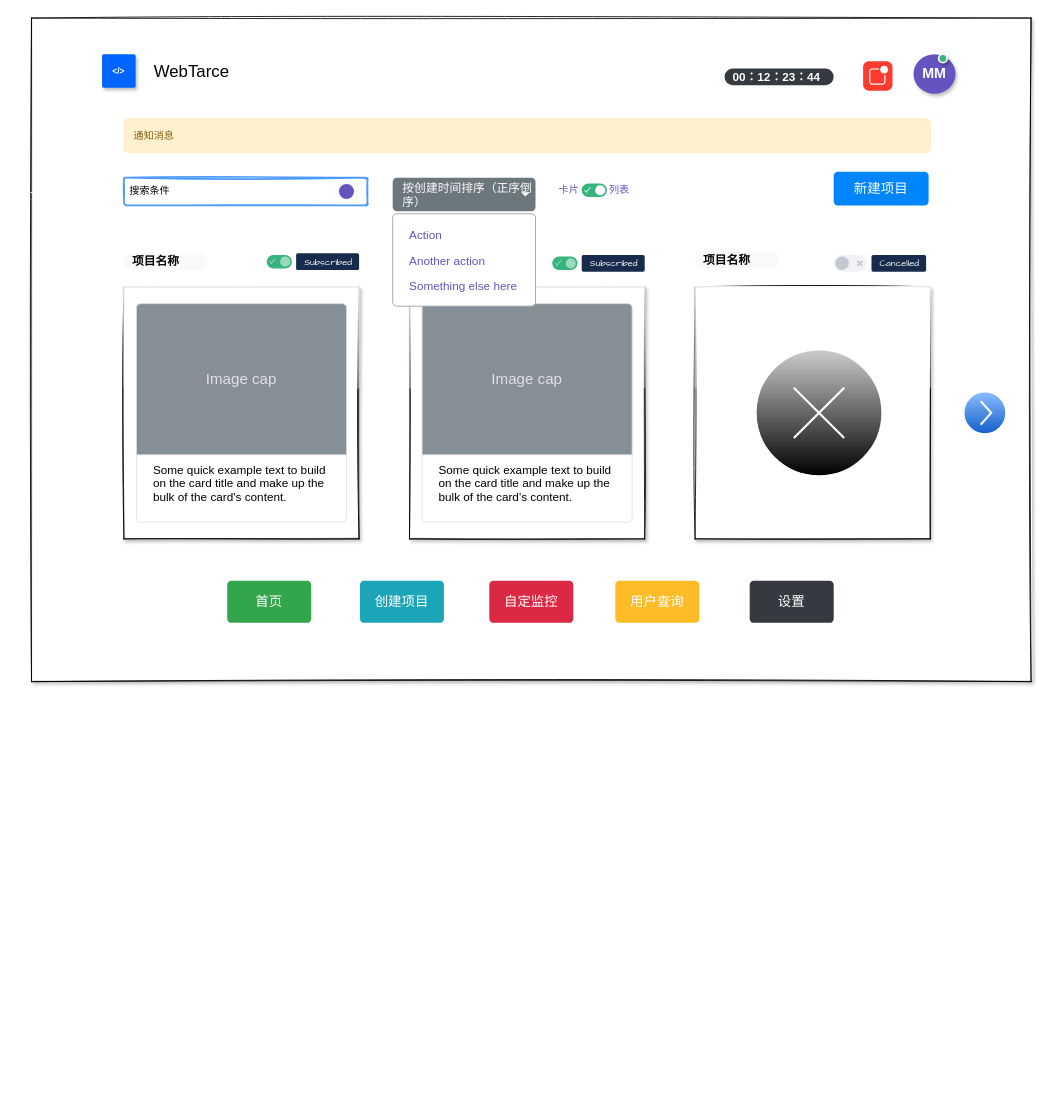
The draw.io diagram page "首页" (5 of 5) of client/前端监控平台原型.drawio in lczCoder/monitor-screen, before the edit. Source tidied: cells renumbered, new cells numbered last; positions are measured from the earlier drawing's top-left corner, leaving out a move shared by most shapes. Both pictures are drawn from the tidied source at 84%, with x=0, y=0 at pixel (14, 18).
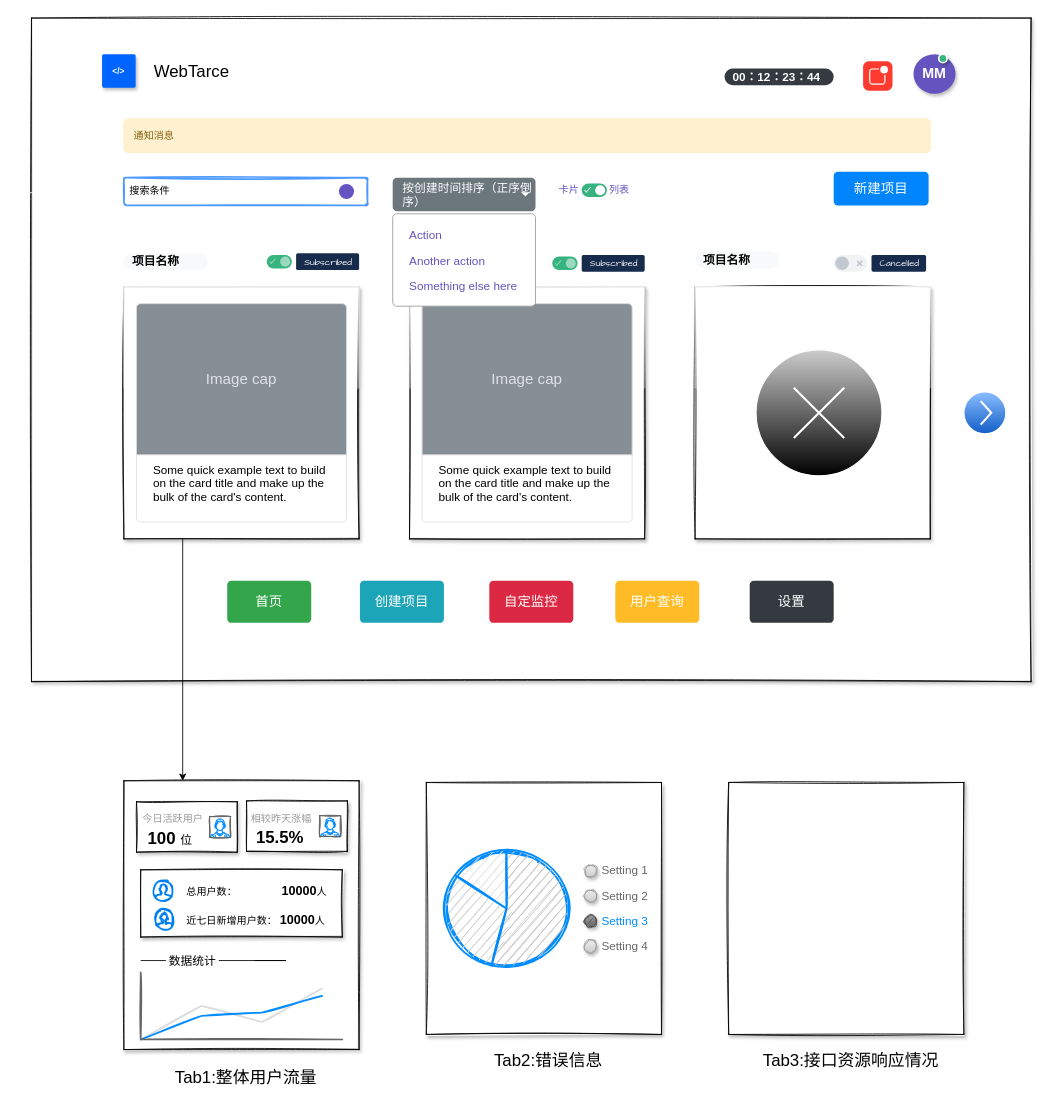
After the change.

The change refers to these unchanged cells:
```xml
<mxCell id="5" style="rounded=5;whiteSpace=wrap;html=1;fontFamily=Helvetica;fontSize=12;fontColor=#6554C0;sketch=1;glass=1;shadow=1;" parent="1" vertex="1">
  <mxGeometry x="130" y="320" width="280" height="300" as="geometry" />
</mxCell>
```

Change to the diagram source:
```diff
@@
+    <mxCell id="59" style="edgeStyle=orthogonalEdgeStyle;rounded=0;jettySize=auto;html=1;exitX=0.25;exitY=1;exitDx=0;exitDy=0;entryX=0.25;entryY=0;entryDx=0;entryDy=0;fontSize=15;fontColor=#000000;" parent="1" edge="1" source="5" target="61">
+      <mxGeometry relative="1" as="geometry" />
+    </mxCell>
@@
+    <mxCell id="60" style="group;" parent="1" vertex="1">
+      <mxGeometry x="130" y="908" width="280" height="350" as="geometry" />
+    </mxCell>
+    <mxCell id="61" style="rounded=0;whiteSpace=wrap;html=1;fontFamily=Helvetica;fontSize=12;fontColor=#6554C0;sketch=1;glass=0;shadow=1;" parent="60" vertex="1">
+      <mxGeometry width="280" height="320" as="geometry" />
+    </mxCell>
+    <mxCell id="62" style="verticalLabelPosition=bottom;shadow=0;dashed=0;align=center;html=1;verticalAlign=top;strokeWidth=1;shape=mxgraph.mockup.graphics.lineChart;strokeColor=none;strokeColor2=#666666;strokeColor3=#008cff;strokeColor4=#dddddd;rounded=0;glass=0;sketch=1;fontSize=20;" parent="60" vertex="1">
+      <mxGeometry x="20" y="228" width="240" height="80" as="geometry" />
+    </mxCell>
+    <mxCell id="63" style="group;" parent="60" vertex="1">
+      <mxGeometry x="20" y="197" width="173" height="30" as="geometry" />
+    </mxCell>
+    <mxCell id="64" style="endArrow=none;html=1;rounded=0;fontSize=20;" parent="63" edge="1">
+      <mxGeometry relative="1" as="geometry">
+        <mxPoint y="17" as="sourcePoint" />
+        <mxPoint x="30" y="17" as="targetPoint" />
+      </mxGeometry>
+    </mxCell>
+    <mxCell id="65" value="&lt;font style=&quot;font-size: 14px;&quot;&gt;数据统计&lt;/font&gt;" style="text;html=1;strokeColor=none;fillColor=none;align=center;verticalAlign=middle;whiteSpace=wrap;rounded=0;shadow=1;glass=0;sketch=1;fontSize=20;" parent="63" vertex="1">
+      <mxGeometry x="27" width="70" height="30" as="geometry" />
+    </mxCell>
+    <mxCell id="66" style="endArrow=none;html=1;rounded=0;fontSize=20;exitX=0.75;exitY=1;exitDx=0;exitDy=0;" parent="63" edge="1">
+      <mxGeometry relative="1" as="geometry">
+        <mxPoint x="135.5" y="17" as="sourcePoint" />
+        <mxPoint x="93" y="17" as="targetPoint" />
+        <Array as="points">
+          <mxPoint x="173" y="17" />
+        </Array>
+      </mxGeometry>
+    </mxCell>
+    <mxCell id="67" style="group;" parent="60" vertex="1">
+      <mxGeometry x="15" y="25" width="120" height="60" as="geometry" />
+    </mxCell>
+    <mxCell id="68" style="rounded=0;whiteSpace=wrap;html=1;shadow=1;glass=0;sketch=1;fontSize=20;" parent="67" vertex="1">
+      <mxGeometry width="120" height="60" as="geometry" />
+    </mxCell>
+    <mxCell id="69" value="&lt;font style=&quot;font-size: 12px;&quot; color=&quot;#999999&quot;&gt;今日活跃用户&lt;/font&gt;" style="text;html=1;strokeColor=none;fillColor=none;align=center;verticalAlign=middle;whiteSpace=wrap;rounded=0;shadow=1;glass=0;sketch=1;fontSize=14;" parent="67" vertex="1">
+      <mxGeometry y="10" width="87" height="20" as="geometry" />
+    </mxCell>
+    <mxCell id="70" value="&lt;font size=&quot;1&quot; color=&quot;#000000&quot;&gt;&lt;b style=&quot;font-size: 20px;&quot;&gt;100&amp;nbsp;&lt;/b&gt;&lt;/font&gt;&lt;font color=&quot;#000000&quot;&gt;位&lt;/font&gt;" style="text;html=1;strokeColor=none;fillColor=none;align=center;verticalAlign=middle;whiteSpace=wrap;rounded=0;shadow=1;glass=0;sketch=1;fontSize=14;fontColor=#999999;" parent="67" vertex="1">
+      <mxGeometry y="28" width="80" height="30" as="geometry" />
+    </mxCell>
+    <mxCell id="71" style="verticalLabelPosition=bottom;shadow=0;dashed=0;align=center;html=1;verticalAlign=top;strokeWidth=1;shape=mxgraph.mockup.containers.userMale;strokeColor=#666666;strokeColor2=#008cff;rounded=0;glass=0;sketch=1;fontSize=20;fontColor=#000000;" parent="67" vertex="1">
+      <mxGeometry x="87" y="17.5" width="25" height="25" as="geometry" />
+    </mxCell>
+    <mxCell id="72" style="group;" parent="60" vertex="1">
+      <mxGeometry x="146" y="24" width="120" height="60" as="geometry" />
+    </mxCell>
+    <mxCell id="73" style="rounded=0;whiteSpace=wrap;html=1;shadow=1;glass=0;sketch=1;fontSize=20;" parent="72" vertex="1">
+      <mxGeometry width="120" height="60" as="geometry" />
+    </mxCell>
+    <mxCell id="74" value="&lt;font color=&quot;#999999&quot;&gt;&lt;span style=&quot;font-size: 12px;&quot;&gt;相较昨天涨幅&lt;/span&gt;&lt;/font&gt;" style="text;html=1;strokeColor=none;fillColor=none;align=center;verticalAlign=middle;whiteSpace=wrap;rounded=0;shadow=1;glass=0;sketch=1;fontSize=14;" parent="72" vertex="1">
+      <mxGeometry x="-2" y="10" width="87" height="20" as="geometry" />
+    </mxCell>
+    <mxCell id="75" value="&lt;font color=&quot;#000000&quot;&gt;&lt;span style=&quot;font-size: 20px;&quot;&gt;&lt;b&gt;15.5%&lt;/b&gt;&lt;/span&gt;&lt;/font&gt;" style="text;html=1;strokeColor=none;fillColor=none;align=center;verticalAlign=middle;whiteSpace=wrap;rounded=0;shadow=1;glass=0;sketch=1;fontSize=14;fontColor=#999999;" parent="72" vertex="1">
+      <mxGeometry y="28" width="80" height="30" as="geometry" />
+    </mxCell>
+    <mxCell id="76" style="verticalLabelPosition=bottom;shadow=0;dashed=0;align=center;html=1;verticalAlign=top;strokeWidth=1;shape=mxgraph.mockup.containers.userMale;strokeColor=#666666;strokeColor2=#008cff;rounded=0;glass=0;sketch=1;fontSize=20;fontColor=#000000;" parent="72" vertex="1">
+      <mxGeometry x="87" y="17.5" width="25" height="25" as="geometry" />
+    </mxCell>
+    <mxCell id="77" style="group;" parent="60" vertex="1">
+      <mxGeometry x="20" y="106" width="240" height="80" as="geometry" />
+    </mxCell>
+    <mxCell id="78" style="rounded=0;whiteSpace=wrap;html=1;shadow=1;glass=0;sketch=1;fontSize=20;" parent="77" vertex="1">
+      <mxGeometry width="240" height="80" as="geometry" />
+    </mxCell>
+    <mxCell id="79" style="group;" parent="77" vertex="1">
+      <mxGeometry x="15" y="10" width="220" height="30" as="geometry" />
+    </mxCell>
+    <mxCell id="80" value="&amp;nbsp; &amp;nbsp; &amp;nbsp;总用户数：&amp;nbsp; &amp;nbsp; &amp;nbsp; &amp;nbsp; &amp;nbsp; &amp;nbsp; &amp;nbsp; &amp;nbsp;&amp;nbsp;&lt;font style=&quot;font-size: 15px;&quot;&gt;&lt;b&gt;10000&lt;/b&gt;&lt;/font&gt;人" style="text;html=1;strokeColor=none;fillColor=none;align=center;verticalAlign=middle;whiteSpace=wrap;rounded=0;shadow=1;glass=0;sketch=1;fontSize=12;fontColor=#000000;" parent="79" vertex="1">
+      <mxGeometry x="10" width="210" height="30" as="geometry" />
+    </mxCell>
+    <mxCell id="81" style="html=1;verticalLabelPosition=bottom;align=center;labelBackgroundColor=#ffffff;verticalAlign=top;strokeWidth=2;strokeColor=#0080F0;shadow=0;dashed=0;shape=mxgraph.ios7.icons.user;rounded=0;glass=0;sketch=1;fontSize=15;fontColor=#000000;" parent="79" vertex="1">
+      <mxGeometry y="3" width="24" height="24" as="geometry" />
+    </mxCell>
+    <mxCell id="82" style="group;" parent="77" vertex="1">
+      <mxGeometry x="16" y="44" width="220" height="30" as="geometry" />
+    </mxCell>
+    <mxCell id="83" value="&amp;nbsp; &amp;nbsp; 近七日新增用户数：&amp;nbsp;&lt;font style=&quot;font-size: 15px;&quot;&gt;&lt;b&gt;10000&lt;/b&gt;&lt;/font&gt;人" style="text;html=1;strokeColor=none;fillColor=none;align=center;verticalAlign=middle;whiteSpace=wrap;rounded=0;shadow=1;glass=0;sketch=1;fontSize=12;fontColor=#000000;" parent="82" vertex="1">
+      <mxGeometry x="8.8" width="211.2" height="30" as="geometry" />
+    </mxCell>
+    <mxCell id="84" style="html=1;verticalLabelPosition=bottom;align=center;labelBackgroundColor=#ffffff;verticalAlign=top;strokeWidth=2;strokeColor=#0080F0;shadow=0;dashed=0;shape=mxgraph.ios7.icons.user;rounded=0;glass=0;sketch=1;fontSize=15;fontColor=#000000;" parent="82" vertex="1">
+      <mxGeometry y="3" width="24" height="24" as="geometry" />
+    </mxCell>
+    <mxCell id="85" style="group;" parent="1" vertex="1">
+      <mxGeometry x="490" y="910" width="290" height="350" as="geometry" />
+    </mxCell>
+    <mxCell id="86" style="rounded=0;whiteSpace=wrap;html=1;fontFamily=Helvetica;fontSize=12;fontColor=#6554C0;sketch=1;glass=0;shadow=1;" parent="85" vertex="1">
+      <mxGeometry width="280" height="300" as="geometry" />
+    </mxCell>
+    <mxCell id="87" value="Tab2:错误信息" style="text;html=1;align=center;verticalAlign=middle;strokeColor=none;fillColor=none;fontSize=20;" parent="85" vertex="1">
+      <mxGeometry x="70" y="310" width="150" height="40" as="geometry" />
+    </mxCell>
+    <mxCell id="88" style="verticalLabelPosition=bottom;shadow=0;dashed=0;align=center;html=1;verticalAlign=top;strokeWidth=1;shape=mxgraph.mockup.graphics.pieChart;strokeColor=#008cff;parts=10,20,35;partColors=#e0e0e0,#d0d0d0,#c0c0c0,#b0b0b0,#a0a0a0;strokeWidth=2;rounded=0;glass=0;sketch=1;fontSize=14;" parent="85" vertex="1">
+      <mxGeometry x="21" y="80" width="149" height="140" as="geometry" />
+    </mxCell>
+    <mxCell id="89" style="strokeWidth=1;shadow=0;dashed=0;align=center;html=1;shape=mxgraph.mockup.forms.rrect;rSize=0;strokeColor=#999999;fillColor=#ffffff;rounded=0;glass=0;sketch=1;fontSize=14;" parent="85" vertex="1">
+      <mxGeometry x="180" y="90" width="100" height="120" as="geometry" />
+    </mxCell>
+    <mxCell id="90" value="&lt;font style=&quot;font-size: 14px;&quot;&gt;Setting 1&lt;/font&gt;" style="shape=ellipse;rSize=0;fillColor=#eeeeee;strokeColor=#999999;gradientColor=#cccccc;html=1;align=left;spacingLeft=4;fontSize=17;fontColor=#666666;labelPosition=right;rounded=0;shadow=1;glass=0;sketch=1;" parent="89" vertex="1">
+      <mxGeometry x="8" y="7.5" width="15" height="15" as="geometry" />
+    </mxCell>
+    <mxCell id="91" value="&lt;font style=&quot;font-size: 14px;&quot;&gt;Setting 2&lt;/font&gt;" style="shape=ellipse;rSize=0;fillColor=#eeeeee;strokeColor=#999999;gradientColor=#cccccc;html=1;align=left;spacingLeft=4;fontSize=17;fontColor=#666666;labelPosition=right;rounded=0;shadow=1;glass=0;sketch=1;" parent="89" vertex="1">
+      <mxGeometry x="8" y="37.5" width="15" height="15" as="geometry" />
+    </mxCell>
+    <mxCell id="92" value="&lt;font style=&quot;font-size: 14px;&quot;&gt;Setting 3&lt;/font&gt;" style="shape=ellipse;rSize=0;fillColor=#aaaaaa;strokeColor=#444444;gradientColor=#666666;html=1;align=left;spacingLeft=4;fontSize=17;fontColor=#008cff;labelPosition=right;rounded=0;shadow=1;glass=0;sketch=1;" parent="89" vertex="1">
+      <mxGeometry x="8" y="67.5" width="15" height="15" as="geometry" />
+    </mxCell>
+    <mxCell id="93" style="shape=ellipse;fillColor=#444444;strokeColor=none;html=1;rounded=0;shadow=1;glass=0;sketch=1;fontSize=14;" parent="92" vertex="1">
+      <mxGeometry x="3" y="3" width="9" height="9" as="geometry" />
+    </mxCell>
+    <mxCell id="94" value="&lt;font style=&quot;font-size: 14px;&quot;&gt;Setting 4&lt;/font&gt;" style="shape=ellipse;rSize=0;fillColor=#eeeeee;strokeColor=#999999;gradientColor=#cccccc;html=1;align=left;spacingLeft=4;fontSize=17;fontColor=#666666;labelPosition=right;rounded=0;shadow=1;glass=0;sketch=1;" parent="89" vertex="1">
+      <mxGeometry x="8" y="97.5" width="15" height="15" as="geometry" />
+    </mxCell>
+    <mxCell id="95" style="group;" parent="1" vertex="1">
+      <mxGeometry x="850" y="910" width="280" height="350" as="geometry" />
+    </mxCell>
+    <mxCell id="96" style="rounded=0;whiteSpace=wrap;html=1;fontFamily=Helvetica;fontSize=12;fontColor=#6554C0;sketch=1;glass=0;shadow=1;" parent="95" vertex="1">
+      <mxGeometry width="280" height="300" as="geometry" />
+    </mxCell>
+    <mxCell id="97" value="Tab3:接口资源响应情况" style="text;html=1;align=center;verticalAlign=middle;strokeColor=none;fillColor=none;fontSize=20;" parent="95" vertex="1">
+      <mxGeometry x="30" y="310" width="230" height="40" as="geometry" />
+    </mxCell>
+    <mxCell id="98" value="Tab1:整体用户流量" style="text;html=1;align=center;verticalAlign=middle;strokeColor=none;fillColor=none;fontSize=20;" parent="1" vertex="1">
+      <mxGeometry x="180" y="1240" width="190" height="40" as="geometry" />
+    </mxCell>
```
